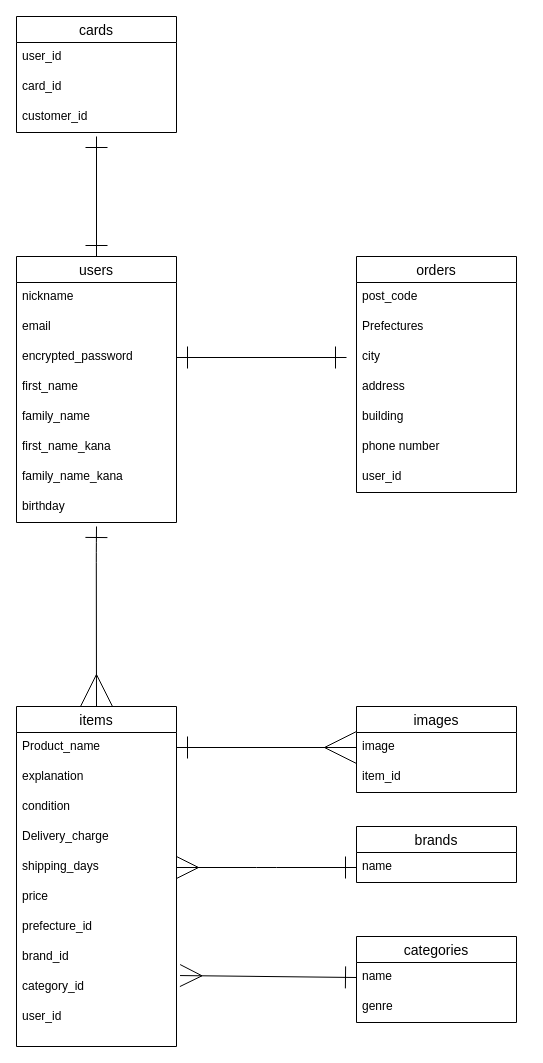
Above: app/furima-38739.dio in ryu0929miki/furima-38739 (draw.io), before the change. Source tidied: cells renumbered, new cells numbered last; positions are measured from the earlier drawing's top-left corner, leaving out a move shared by most shapes. Both pictures are drawn from the tidied source at 100%, with x=0, y=0 at pixel (16, 16).
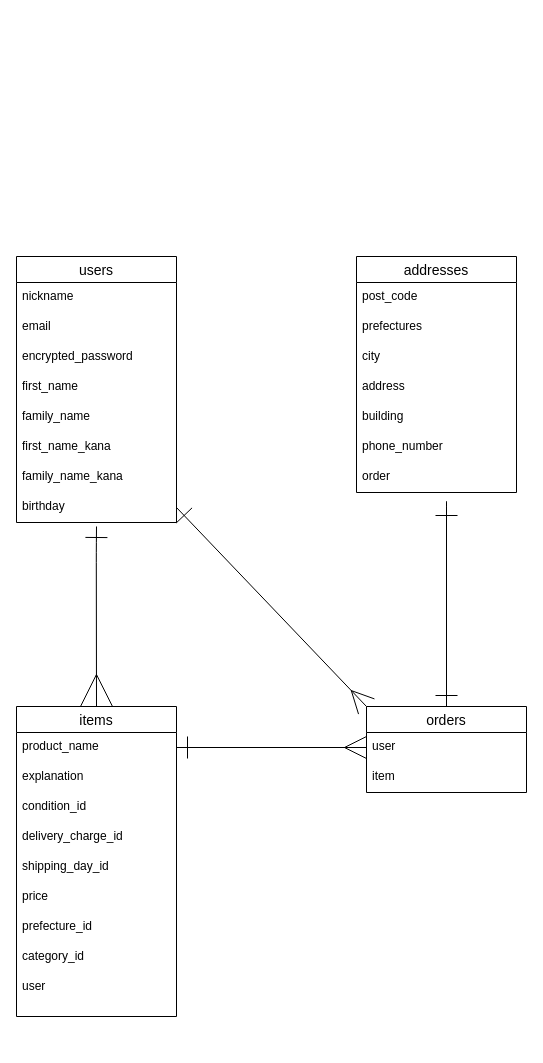
The same page after the edit.

Commit message (it also covers changes not shown here):
DB設計の修正

The change refers to these unchanged cells:
```xml
<mxCell id="4" value="users" style="swimlane;fontStyle=0;horizontal=1;startSize=26;align=center;fontSize=14;" parent="1" vertex="1">
  <mxGeometry y="240" width="160" height="266" as="geometry" />
</mxCell>
<mxCell id="7" value="encrypted_password" style="text;strokeColor=none;fillColor=none;spacingLeft=4;spacingRight=4;overflow=hidden;points=[[0,0.5],[1,0.5]];portConstraint=eastwest;fontSize=12;" parent="4" vertex="1">
  <mxGeometry y="86" width="160" height="30" as="geometry" />
</mxCell>
<mxCell id="12" value="birthday" style="text;strokeColor=none;fillColor=none;spacingLeft=4;spacingRight=4;overflow=hidden;points=[[0,0.5],[1,0.5]];portConstraint=eastwest;fontSize=12;" parent="4" vertex="1">
  <mxGeometry y="236" width="160" height="30" as="geometry" />
</mxCell>
```

Change to the diagram source:
```diff
@@
-    <mxCell id="3" style="edgeStyle=none;html=1;exitX=0.5;exitY=0;exitDx=0;exitDy=0;startArrow=ERone;startFill=0;endArrow=ERone;endFill=0;startSize=20;endSize=20;" parent="1" edge="1" source="4">
-      <mxGeometry relative="1" as="geometry">
-        <mxPoint x="80" y="120" as="targetPoint" />
-      </mxGeometry>
-    </mxCell>
@@
     <mxCell id="13" value="items" style="swimlane;fontStyle=0;horizontal=1;startSize=26;align=center;fontSize=14;" parent="1" vertex="1">
-      <mxGeometry y="690" width="160" height="340" as="geometry" />
+      <mxGeometry y="690" width="160" height="310" as="geometry" />
     </mxCell>
-    <mxCell id="14" value="Product_name" style="text;strokeColor=none;fillColor=none;spacingLeft=4;spacingRight=4;overflow=hidden;points=[[0,0.5],[1,0.5]];portConstraint=eastwest;fontSize=12;" parent="13" vertex="1">
+    <mxCell id="14" value="product_name" style="text;strokeColor=none;fillColor=none;spacingLeft=4;spacingRight=4;overflow=hidden;points=[[0,0.5],[1,0.5]];portConstraint=eastwest;fontSize=12;" parent="13" vertex="1">
       <mxGeometry y="26" width="160" height="30" as="geometry" />
     </mxCell>
@@
-    <mxCell id="16" value="condition" style="text;strokeColor=none;fillColor=none;spacingLeft=4;spacingRight=4;overflow=hidden;fontSize=12;" parent="13" vertex="1">
+    <mxCell id="16" value="condition_id" style="text;strokeColor=none;fillColor=none;spacingLeft=4;spacingRight=4;overflow=hidden;fontSize=12;" parent="13" vertex="1">
       <mxGeometry y="86" width="160" height="30" as="geometry" />
     </mxCell>
-    <mxCell id="17" value="Delivery_charge" style="text;strokeColor=none;fillColor=none;spacingLeft=4;spacingRight=4;overflow=hidden;fontSize=12;" parent="13" vertex="1">
+    <mxCell id="17" value="delivery_charge_id" style="text;strokeColor=none;fillColor=none;spacingLeft=4;spacingRight=4;overflow=hidden;fontSize=12;" parent="13" vertex="1">
       <mxGeometry y="116" width="160" height="30" as="geometry" />
     </mxCell>
-    <mxCell id="18" value="shipping_days" style="text;strokeColor=none;fillColor=none;spacingLeft=4;spacingRight=4;overflow=hidden;points=[[0,0.5],[1,0.5]];portConstraint=eastwest;fontSize=12;" parent="13" vertex="1">
+    <mxCell id="18" value="shipping_day_id" style="text;strokeColor=none;fillColor=none;spacingLeft=4;spacingRight=4;overflow=hidden;points=[[0,0.5],[1,0.5]];portConstraint=eastwest;fontSize=12;" parent="13" vertex="1">
       <mxGeometry y="146" width="160" height="30" as="geometry" />
     </mxCell>
@@
-    <mxCell id="21" value="brand_id" style="text;strokeColor=none;fillColor=none;spacingLeft=4;spacingRight=4;overflow=hidden;fontSize=12;" parent="13" vertex="1">
-      <mxGeometry y="236" width="160" height="30" as="geometry" />
-    </mxCell>
     <mxCell id="22" value="category_id" style="text;strokeColor=none;fillColor=none;spacingLeft=4;spacingRight=4;overflow=hidden;points=[[0,0.5],[1,0.5]];portConstraint=eastwest;fontSize=12;" parent="13" vertex="1">
-      <mxGeometry y="266" width="160" height="30" as="geometry" />
+      <mxGeometry y="236" width="160" height="30" as="geometry" />
     </mxCell>
-    <mxCell id="23" value="user_id" style="text;strokeColor=none;fillColor=none;spacingLeft=4;spacingRight=4;overflow=hidden;fontSize=12;" parent="13" vertex="1">
-      <mxGeometry y="296" width="160" height="44" as="geometry" />
+    <mxCell id="23" value="user" style="text;strokeColor=none;fillColor=none;spacingLeft=4;spacingRight=4;overflow=hidden;fontSize=12;" parent="13" vertex="1">
+      <mxGeometry y="266" width="160" height="44" as="geometry" />
     </mxCell>
-    <mxCell id="24" value="orders" style="swimlane;fontStyle=0;horizontal=1;startSize=26;align=center;fontSize=14;" parent="1" vertex="1">
+    <mxCell id="24" value="addresses" style="swimlane;fontStyle=0;horizontal=1;startSize=26;align=center;fontSize=14;" parent="1" vertex="1">
       <mxGeometry x="340" y="240" width="160" height="236" as="geometry" />
     </mxCell>
@@
-    <mxCell id="26" value="Prefectures" style="text;strokeColor=none;fillColor=none;spacingLeft=4;spacingRight=4;overflow=hidden;fontSize=12;" parent="24" vertex="1">
+    <mxCell id="26" value="prefectures" style="text;strokeColor=none;fillColor=none;spacingLeft=4;spacingRight=4;overflow=hidden;fontSize=12;" parent="24" vertex="1">
       <mxGeometry y="56" width="160" height="30" as="geometry" />
     </mxCell>
@@
-    <mxCell id="30" value="phone number" style="text;strokeColor=none;fillColor=none;spacingLeft=4;spacingRight=4;overflow=hidden;fontSize=12;" parent="24" vertex="1">
+    <mxCell id="30" value="phone_number" style="text;strokeColor=none;fillColor=none;spacingLeft=4;spacingRight=4;overflow=hidden;fontSize=12;" parent="24" vertex="1">
       <mxGeometry y="176" width="160" height="30" as="geometry" />
     </mxCell>
-    <mxCell id="31" value="user_id" style="text;strokeColor=none;fillColor=none;spacingLeft=4;spacingRight=4;overflow=hidden;fontSize=12;" parent="24" vertex="1">
-      <mxGeometry y="206" width="160" height="30" as="geometry" />
-    </mxCell>
-    <mxCell id="32" value="images" style="swimlane;fontStyle=0;horizontal=1;startSize=26;align=center;fontSize=14;" parent="1" vertex="1">
-      <mxGeometry x="340" y="690" width="160" height="86" as="geometry" />
-    </mxCell>
-    <mxCell id="33" value="image" style="text;strokeColor=none;fillColor=none;spacingLeft=4;spacingRight=4;overflow=hidden;points=[[0,0.5],[1,0.5]];portConstraint=eastwest;fontSize=12;" parent="32" vertex="1">
-      <mxGeometry y="26" width="160" height="30" as="geometry" />
-    </mxCell>
-    <mxCell id="34" value="item_id" style="text;strokeColor=none;fillColor=none;spacingLeft=4;spacingRight=4;overflow=hidden;fontSize=12;" parent="32" vertex="1">
-      <mxGeometry y="56" width="160" height="30" as="geometry" />
-    </mxCell>
-    <mxCell id="35" style="edgeStyle=none;html=1;exitX=0;exitY=0.5;exitDx=0;exitDy=0;startArrow=ERone;startFill=0;endArrow=ERmany;endFill=0;startSize=20;endSize=20;entryX=1.022;entryY=0.102;entryDx=0;entryDy=0;entryPerimeter=0;" parent="1" edge="1" source="37" target="22">
-      <mxGeometry relative="1" as="geometry" />
-    </mxCell>
-    <mxCell id="36" value="categories" style="swimlane;fontStyle=0;horizontal=1;startSize=26;align=center;fontSize=14;" parent="1" vertex="1">
-      <mxGeometry x="340" y="920" width="160" height="86" as="geometry" />
-    </mxCell>
-    <mxCell id="37" value="name" style="text;strokeColor=none;fillColor=none;spacingLeft=4;spacingRight=4;overflow=hidden;points=[[0,0.5],[1,0.5]];portConstraint=eastwest;fontSize=12;" parent="36" vertex="1">
-      <mxGeometry y="26" width="160" height="30" as="geometry" />
-    </mxCell>
-    <mxCell id="38" value="genre" style="text;strokeColor=none;fillColor=none;spacingLeft=4;spacingRight=4;overflow=hidden;fontSize=12;" parent="36" vertex="1">
-      <mxGeometry y="56" width="160" height="30" as="geometry" />
-    </mxCell>
-    <mxCell id="39" value="brands" style="swimlane;fontStyle=0;horizontal=1;startSize=26;align=center;fontSize=14;" parent="1" vertex="1">
-      <mxGeometry x="340" y="810" width="160" height="56" as="geometry" />
-    </mxCell>
-    <mxCell id="40" value="name" style="text;strokeColor=none;fillColor=none;spacingLeft=4;spacingRight=4;overflow=hidden;points=[[0,0.5],[1,0.5]];portConstraint=eastwest;fontSize=12;" parent="39" vertex="1">
-      <mxGeometry y="26" width="160" height="30" as="geometry" />
-    </mxCell>
+    <mxCell id="48" value="order" style="text;strokeColor=none;fillColor=none;spacingLeft=4;spacingRight=4;overflow=hidden;fontSize=12;" parent="24" vertex="1">
+      <mxGeometry y="206" width="160" height="30" as="geometry" />
+    </mxCell>
+    <mxCell id="49" style="edgeStyle=none;html=1;exitX=0.5;exitY=0;exitDx=0;exitDy=0;startArrow=ERone;startFill=0;endArrow=ERone;endFill=0;startSize=20;endSize=20;" parent="1" edge="1" source="41">
+      <mxGeometry relative="1" as="geometry">
+        <mxPoint x="430" y="510" as="targetPoint" />
+        <Array as="points">
+          <mxPoint x="430" y="480" />
+        </Array>
+      </mxGeometry>
+    </mxCell>
-    <mxCell id="41" value="cards" style="swimlane;fontStyle=0;horizontal=1;startSize=26;align=center;fontSize=14;" parent="1" vertex="1">
-      <mxGeometry width="160" height="116" as="geometry" />
+    <mxCell id="41" value="orders" style="swimlane;fontStyle=0;horizontal=1;startSize=26;align=center;fontSize=14;" parent="1" vertex="1">
+      <mxGeometry x="350" y="690" width="160" height="86" as="geometry" />
     </mxCell>
-    <mxCell id="42" value="user_id" style="text;strokeColor=none;fillColor=none;spacingLeft=4;spacingRight=4;overflow=hidden;points=[[0,0.5],[1,0.5]];portConstraint=eastwest;fontSize=12;" parent="41" vertex="1">
+    <mxCell id="42" value="user" style="text;strokeColor=none;fillColor=none;spacingLeft=4;spacingRight=4;overflow=hidden;points=[[0,0.5],[1,0.5]];portConstraint=eastwest;fontSize=12;" parent="41" vertex="1">
       <mxGeometry y="26" width="160" height="30" as="geometry" />
     </mxCell>
-    <mxCell id="43" value="card_id" style="text;strokeColor=none;fillColor=none;spacingLeft=4;spacingRight=4;overflow=hidden;fontSize=12;" parent="41" vertex="1">
+    <mxCell id="43" value="item" style="text;strokeColor=none;fillColor=none;spacingLeft=4;spacingRight=4;overflow=hidden;fontSize=12;" parent="41" vertex="1">
       <mxGeometry y="56" width="160" height="30" as="geometry" />
     </mxCell>
-    <mxCell id="44" value="customer_id" style="text;strokeColor=none;fillColor=none;spacingLeft=4;spacingRight=4;overflow=hidden;fontSize=12;" parent="41" vertex="1">
-      <mxGeometry y="86" width="160" height="30" as="geometry" />
-    </mxCell>
-    <mxCell id="45" style="edgeStyle=none;html=1;exitX=1;exitY=0.5;exitDx=0;exitDy=0;entryX=0;entryY=0.5;entryDx=0;entryDy=0;startArrow=ERone;startFill=0;endArrow=ERmany;endFill=0;startSize=20;endSize=30;" parent="1" edge="1" source="14" target="33">
-      <mxGeometry relative="1" as="geometry" />
-    </mxCell>
-    <mxCell id="46" style="edgeStyle=none;html=1;exitX=1;exitY=0.5;exitDx=0;exitDy=0;startArrow=ERone;startFill=0;endArrow=ERone;endFill=0;startSize=20;endSize=20;" parent="1" edge="1" source="7">
-      <mxGeometry relative="1" as="geometry">
-        <mxPoint x="330" y="341" as="targetPoint" />
-      </mxGeometry>
-    </mxCell>
-    <mxCell id="47" style="edgeStyle=none;html=1;exitX=0;exitY=0.5;exitDx=0;exitDy=0;startArrow=ERone;startFill=0;endArrow=ERmany;endFill=0;startSize=20;endSize=20;entryX=1;entryY=0.5;entryDx=0;entryDy=0;" parent="1" edge="1" source="40" target="18">
-      <mxGeometry relative="1" as="geometry">
-        <Array as="points">
-          <mxPoint x="250" y="851" />
-        </Array>
-      </mxGeometry>
-    </mxCell>
+    <mxCell id="50" style="edgeStyle=none;html=1;exitX=1;exitY=0.5;exitDx=0;exitDy=0;entryX=0;entryY=0.5;entryDx=0;entryDy=0;startArrow=ERone;startFill=0;endArrow=ERmany;endFill=0;startSize=20;endSize=20;" parent="1" edge="1" source="14" target="42">
+      <mxGeometry relative="1" as="geometry" />
+    </mxCell>
+    <mxCell id="51" style="edgeStyle=none;html=1;exitX=1;exitY=0.5;exitDx=0;exitDy=0;entryX=0;entryY=0;entryDx=0;entryDy=0;startArrow=ERone;startFill=0;endArrow=ERmany;endFill=0;startSize=20;endSize=20;" parent="1" edge="1" source="12" target="41">
+      <mxGeometry relative="1" as="geometry" />
+    </mxCell>
```
